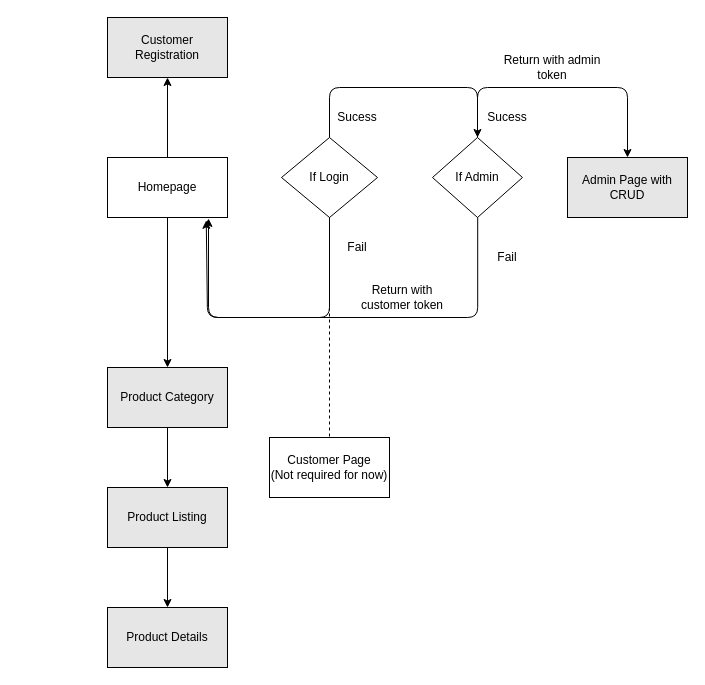
This is Untitled Diagram.drawio from wantonmeeman/JAD-Project, a draw.io file, before an edit. Source tidied: cells renumbered, new cells numbered last; positions are measured from the earlier drawing's top-left corner, leaving out a move shared by most shapes. Both pictures are drawn from the tidied source at 100%, with x=0, y=0 at pixel (107, 17).
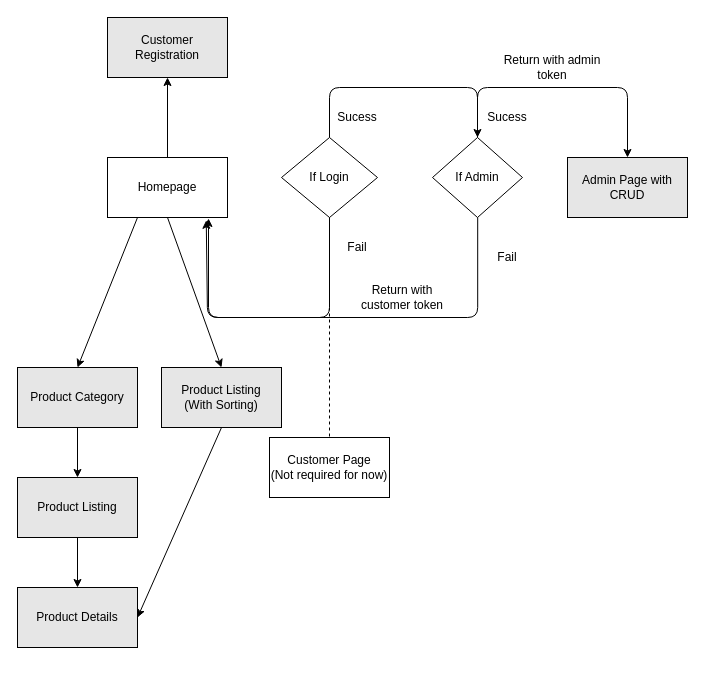
After the change.

Unchanged cells that the change refers to:
```xml
<mxCell id="2" value="Homepage" style="rounded=0;whiteSpace=wrap;html=1;" parent="1" vertex="1">
  <mxGeometry y="140" width="120" height="60" as="geometry" />
</mxCell>
```

The edit, as a diff of the source:
```diff
@@
     <mxCell id="9" value="Product Category&lt;br&gt;" style="rounded=0;whiteSpace=wrap;html=1;fillColor=#E6E6E6;" parent="1" vertex="1">
-      <mxGeometry y="350" width="120" height="60" as="geometry" />
+      <mxGeometry x="-90" y="350" width="120" height="60" as="geometry" />
     </mxCell>
-    <mxCell id="10" style="endArrow=classic;html=1;exitX=0.5;exitY=1;exitDx=0;exitDy=0;entryX=0.5;entryY=0;entryDx=0;entryDy=0;" parent="1" edge="1" source="2" target="9">
+    <mxCell id="10" style="endArrow=classic;html=1;exitX=0.25;exitY=1;exitDx=0;exitDy=0;entryX=0.5;entryY=0;entryDx=0;entryDy=0;" parent="1" edge="1" source="2" target="9">
       <mxGeometry relative="1" as="geometry" />
     </mxCell>
     <mxCell id="11" value="Product Listing" style="rounded=0;whiteSpace=wrap;html=1;fillColor=#E6E6E6;" parent="1" vertex="1">
-      <mxGeometry y="470" width="120" height="60" as="geometry" />
+      <mxGeometry x="-90" y="460" width="120" height="60" as="geometry" />
     </mxCell>
@@
     <mxCell id="13" value="Product Details&lt;br&gt;" style="rounded=0;whiteSpace=wrap;html=1;fillColor=#E6E6E6;" parent="1" vertex="1">
-      <mxGeometry y="590" width="120" height="60" as="geometry" />
+      <mxGeometry x="-90" y="570" width="120" height="60" as="geometry" />
     </mxCell>
@@
+    <mxCell id="26" value="Product Listing &lt;br&gt;(With Sorting)" style="rounded=0;whiteSpace=wrap;html=1;fillColor=#E6E6E6;" parent="1" vertex="1">
+      <mxGeometry x="54" y="350" width="120" height="60" as="geometry" />
+    </mxCell>
+    <mxCell id="27" style="endArrow=classic;html=1;entryX=0.5;entryY=0;entryDx=0;entryDy=0;exitX=0.5;exitY=1;exitDx=0;exitDy=0;" parent="1" edge="1" source="2" target="26">
+      <mxGeometry relative="1" as="geometry" />
+    </mxCell>
+    <mxCell id="28" style="endArrow=classic;html=1;entryX=1;entryY=0.5;entryDx=0;entryDy=0;exitX=0.5;exitY=1;exitDx=0;exitDy=0;" parent="1" edge="1" source="26" target="13">
+      <mxGeometry relative="1" as="geometry" />
+    </mxCell>
```
